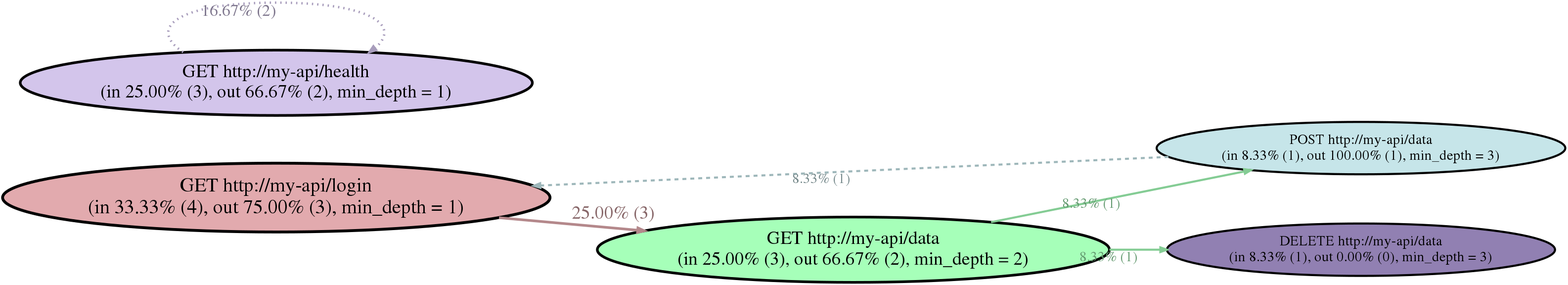
Above: examples/simple.png in tkriik/apathy (Graphviz), before the change. Its source is kept beside it as examples/simple.dot.
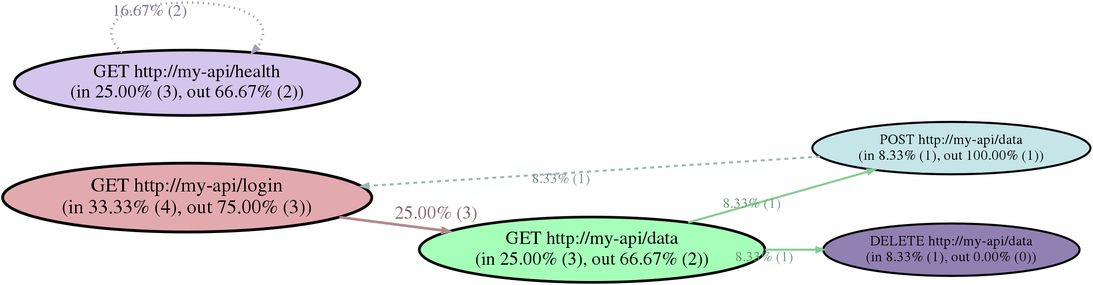
Later version of the same file.

Commit message:
Remove min_depth from dot graph

What changed in the source:
```diff
@@ -5,19 +5,19 @@
 
     subgraph s0 {
         rank = same;
-        r0 [label="GET http://my-api/login\n(in 33.33% (4), out 75.00% (3), min_depth = 1)", fontsize=30, style=filled, fillcolor="#e2aaae", penwidth=4.309401];
-        r1 [label="GET http://my-api/health\n(in 25.00% (3), out 66.67% (2), min_depth = 1)", fontsize=28, style=filled, fillcolor="#d3c5eb", penwidth=4.000000];
+        r0 [label="GET http://my-api/login\n(in 33.33% (4), out 75.00% (3))", fontsize=30, style=filled, fillcolor="#e2aaae", penwidth=4.309401];
+        r1 [label="GET http://my-api/health\n(in 25.00% (3), out 66.67% (2))", fontsize=28, style=filled, fillcolor="#d3c5eb", penwidth=4.000000];
     }
 
     subgraph s1 {
         rank = same;
-        r2 [label="GET http://my-api/data\n(in 25.00% (3), out 66.67% (2), min_depth = 2)", fontsize=28, style=filled, fillcolor="#a6ffb9", penwidth=4.000000];
+        r2 [label="GET http://my-api/data\n(in 25.00% (3), out 66.67% (2))", fontsize=28, style=filled, fillcolor="#a6ffb9", penwidth=4.000000];
     }
 
     subgraph s2 {
         rank = same;
-        r3 [label="POST http://my-api/data\n(in 8.33% (1), out 100.00% (1), min_depth = 3)", fontsize=22, style=filled, fillcolor="#c6e5e9", penwidth=3.154701];
-        r4 [label="DELETE http://my-api/data\n(in 8.33% (1), out 0.00% (0), min_depth = 3)", fontsize=22, style=filled, fillcolor="#9180b2", penwidth=3.154701];
+        r3 [label="POST http://my-api/data\n(in 8.33% (1), out 100.00% (1))", fontsize=22, style=filled, fillcolor="#c6e5e9", penwidth=3.154701];
+        r4 [label="DELETE http://my-api/data\n(in 8.33% (1), out 0.00% (0))", fontsize=22, style=filled, fillcolor="#9180b2", penwidth=3.154701];
     }
 
     r0 -> r2 [xlabel="25.00% (3)", fontsize=28, style="solid", color="#b4888b", fontcolor="#876668", penwidth=4.000000];
```
